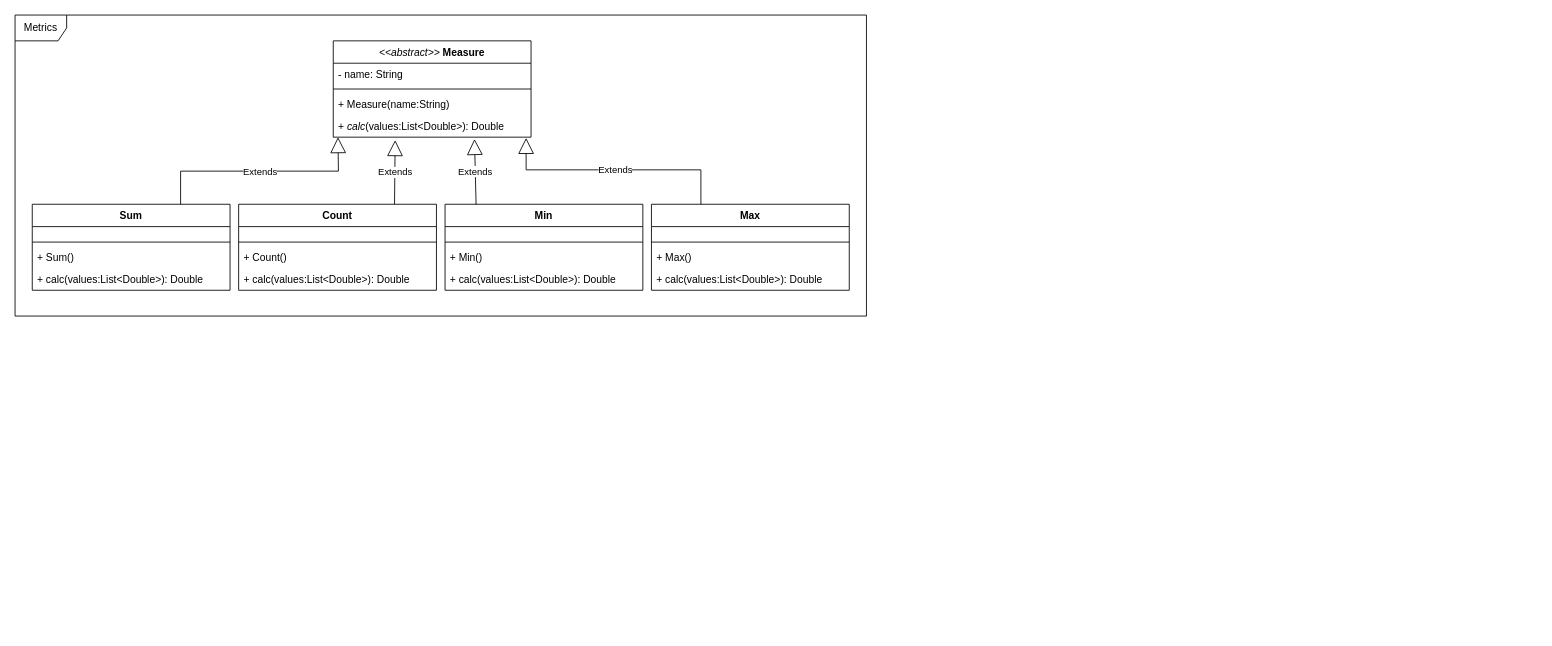
The draw.io diagram diagrama de clases.drawio in DamianPiuselli/Diagrams, before the edit. Source tidied: cells renumbered, new cells numbered last; positions are measured from the earlier drawing's top-left corner, leaving out a move shared by most shapes. Both pictures are drawn from the tidied source at 86%, with x=0, y=0 at pixel (15, 15).
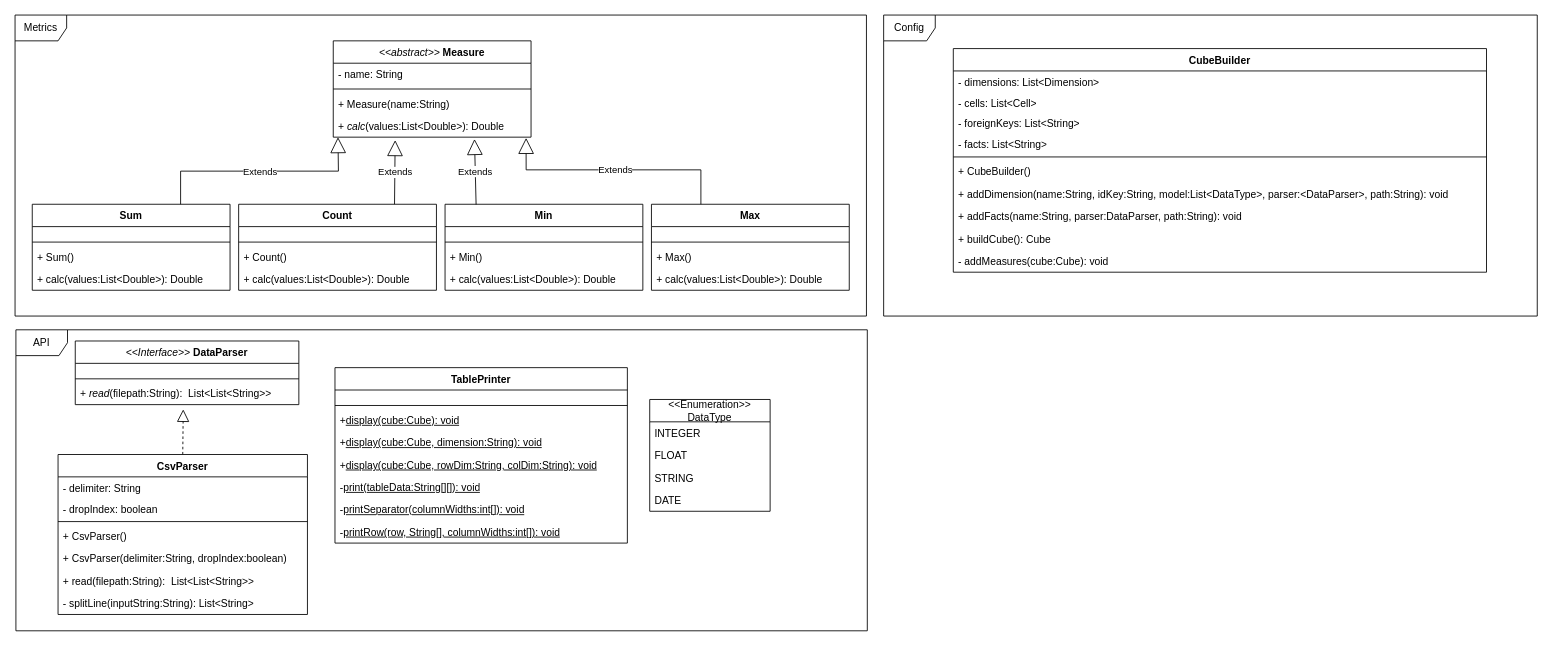
After the change.

Change to the diagram source:
```diff
@@
+    <mxCell id="32" value="&lt;div&gt;&lt;i style=&quot;font-weight: normal;&quot;&gt;&amp;lt;&amp;lt;Interface&amp;gt;&amp;gt;&lt;/i&gt;&amp;nbsp;&lt;span style=&quot;background-color: initial;&quot;&gt;DataParser&lt;/span&gt;&lt;/div&gt;" style="swimlane;fontStyle=1;align=center;verticalAlign=top;horizontal=1;startSize=26;whiteSpace=wrap;html=1;" parent="1" vertex="1">
+      <mxGeometry x="70" y="379" width="260" height="74" as="geometry" />
+    </mxCell>
+    <mxCell id="33" value="&amp;nbsp;" style="text;strokeColor=none;fillColor=none;align=left;verticalAlign=top;spacingLeft=4;spacingRight=4;overflow=hidden;whiteSpace=wrap;html=1;" parent="32" vertex="1">
+      <mxGeometry y="26" width="260" height="14" as="geometry" />
+    </mxCell>
+    <mxCell id="34" style="line;strokeWidth=1;fillColor=none;align=left;verticalAlign=middle;spacingTop=-1;spacingLeft=3;spacingRight=3;labelPosition=right;strokeColor=inherit;" parent="32" vertex="1">
+      <mxGeometry y="40" width="260" height="8" as="geometry" />
+    </mxCell>
+    <mxCell id="35" value="&lt;div&gt;+ &lt;i&gt;read&lt;/i&gt;(filepath:String):&amp;nbsp; List&amp;lt;List&amp;lt;String&amp;gt;&amp;gt;&lt;/div&gt;" style="text;strokeColor=none;fillColor=none;align=left;verticalAlign=top;spacingLeft=4;spacingRight=4;overflow=hidden;points=[[0,0.5],[1,0.5]];portConstraint=eastwest;whiteSpace=wrap;html=1;" parent="32" vertex="1">
+      <mxGeometry y="48" width="260" height="26" as="geometry" />
+    </mxCell>
+    <mxCell id="36" style="endArrow=block;dashed=1;endFill=0;endSize=12;html=1;rounded=0;exitX=0.5;exitY=0;exitDx=0;exitDy=0;entryX=0.483;entryY=1.212;entryDx=0;entryDy=0;entryPerimeter=0;" parent="1" edge="1" source="37" target="35">
+      <mxGeometry relative="1" as="geometry" />
+    </mxCell>
+    <mxCell id="37" value="&lt;div&gt;&lt;span style=&quot;background-color: initial;&quot;&gt;CsvParser&lt;/span&gt;&lt;/div&gt;" style="swimlane;fontStyle=1;align=center;verticalAlign=top;horizontal=1;startSize=26;whiteSpace=wrap;html=1;" parent="1" vertex="1">
+      <mxGeometry x="50" y="511" width="290" height="186" as="geometry" />
+    </mxCell>
+    <mxCell id="38" value="- delimiter: String&lt;div&gt;&lt;br&gt;&lt;/div&gt;" style="text;strokeColor=none;fillColor=none;align=left;verticalAlign=top;spacingLeft=4;spacingRight=4;overflow=hidden;whiteSpace=wrap;html=1;" parent="37" vertex="1">
+      <mxGeometry y="26" width="290" height="24" as="geometry" />
+    </mxCell>
+    <mxCell id="39" value="&lt;div&gt;- dropIndex: boolean&lt;/div&gt;" style="text;strokeColor=none;fillColor=none;align=left;verticalAlign=top;spacingLeft=4;spacingRight=4;overflow=hidden;whiteSpace=wrap;html=1;" parent="37" vertex="1">
+      <mxGeometry y="50" width="290" height="24" as="geometry" />
+    </mxCell>
+    <mxCell id="40" style="line;strokeWidth=1;fillColor=none;align=left;verticalAlign=middle;spacingTop=-1;spacingLeft=3;spacingRight=3;labelPosition=right;strokeColor=inherit;" parent="37" vertex="1">
+      <mxGeometry y="74" width="290" height="8" as="geometry" />
+    </mxCell>
+    <mxCell id="41" value="&lt;div&gt;+ CsvParser()&lt;/div&gt;&lt;div&gt;&lt;br&gt;&lt;/div&gt;" style="text;strokeColor=none;fillColor=none;align=left;verticalAlign=top;spacingLeft=4;spacingRight=4;overflow=hidden;whiteSpace=wrap;html=1;" parent="37" vertex="1">
+      <mxGeometry y="82" width="290" height="26" as="geometry" />
+    </mxCell>
+    <mxCell id="42" value="&lt;div&gt;+ CsvParser(delimiter:String, dropIndex:boolean)&lt;/div&gt;&lt;div&gt;&lt;br&gt;&lt;/div&gt;" style="text;strokeColor=none;fillColor=none;align=left;verticalAlign=top;spacingLeft=4;spacingRight=4;overflow=hidden;whiteSpace=wrap;html=1;" parent="37" vertex="1">
+      <mxGeometry y="108" width="290" height="26" as="geometry" />
+    </mxCell>
+    <mxCell id="43" value="&lt;div&gt;+ read(filepath:String):&amp;nbsp; List&amp;lt;List&amp;lt;String&amp;gt;&amp;gt;&lt;/div&gt;" style="text;strokeColor=none;fillColor=none;align=left;verticalAlign=top;spacingLeft=4;spacingRight=4;overflow=hidden;whiteSpace=wrap;html=1;" parent="37" vertex="1">
+      <mxGeometry y="134" width="290" height="26" as="geometry" />
+    </mxCell>
+    <mxCell id="44" value="&lt;div&gt;- splitLine(inputString:String): List&amp;lt;String&amp;gt;&lt;/div&gt;" style="text;strokeColor=none;fillColor=none;align=left;verticalAlign=top;spacingLeft=4;spacingRight=4;overflow=hidden;whiteSpace=wrap;html=1;" parent="37" vertex="1">
+      <mxGeometry y="160" width="290" height="26" as="geometry" />
+    </mxCell>
+    <mxCell id="45" value="&lt;div&gt;&lt;span style=&quot;background-color: initial;&quot;&gt;TablePrinter&lt;/span&gt;&lt;/div&gt;" style="swimlane;fontStyle=1;align=center;verticalAlign=top;horizontal=1;startSize=26;whiteSpace=wrap;html=1;" parent="1" vertex="1">
+      <mxGeometry x="372" y="410" width="340" height="204" as="geometry" />
+    </mxCell>
+    <mxCell id="46" value="&lt;div&gt;&lt;br&gt;&lt;/div&gt;" style="text;strokeColor=none;fillColor=none;align=left;verticalAlign=top;spacingLeft=4;spacingRight=4;overflow=hidden;whiteSpace=wrap;html=1;" parent="45" vertex="1">
+      <mxGeometry y="26" width="340" height="14" as="geometry" />
+    </mxCell>
+    <mxCell id="47" style="line;strokeWidth=1;fillColor=none;align=left;verticalAlign=middle;spacingTop=-1;spacingLeft=3;spacingRight=3;labelPosition=right;strokeColor=inherit;" parent="45" vertex="1">
+      <mxGeometry y="40" width="340" height="8" as="geometry" />
+    </mxCell>
+    <mxCell id="48" value="&lt;div&gt;+&lt;u&gt;display(cube:Cube): void&lt;/u&gt;&lt;/div&gt;&lt;div&gt;&lt;br&gt;&lt;/div&gt;" style="text;strokeColor=none;fillColor=none;align=left;verticalAlign=top;spacingLeft=4;spacingRight=4;overflow=hidden;whiteSpace=wrap;html=1;" parent="45" vertex="1">
+      <mxGeometry y="48" width="340" height="26" as="geometry" />
+    </mxCell>
+    <mxCell id="49" value="&lt;div&gt;+&lt;u&gt;display(cube:Cube, dimension:String): void&lt;/u&gt;&lt;/div&gt;&lt;div&gt;&lt;br&gt;&lt;/div&gt;" style="text;strokeColor=none;fillColor=none;align=left;verticalAlign=top;spacingLeft=4;spacingRight=4;overflow=hidden;whiteSpace=wrap;html=1;" parent="45" vertex="1">
+      <mxGeometry y="74" width="340" height="26" as="geometry" />
+    </mxCell>
+    <mxCell id="50" value="&lt;div&gt;+&lt;u&gt;display(cube:Cube, rowDim:String, colDim:String): void&lt;/u&gt;&lt;/div&gt;&lt;div&gt;&lt;br&gt;&lt;/div&gt;" style="text;strokeColor=none;fillColor=none;align=left;verticalAlign=top;spacingLeft=4;spacingRight=4;overflow=hidden;whiteSpace=wrap;html=1;" parent="45" vertex="1">
+      <mxGeometry y="100" width="340" height="26" as="geometry" />
+    </mxCell>
+    <mxCell id="51" value="&lt;div&gt;-&lt;u&gt;print(tableData:String[][]): void&lt;/u&gt;&lt;/div&gt;" style="text;strokeColor=none;fillColor=none;align=left;verticalAlign=top;spacingLeft=4;spacingRight=4;overflow=hidden;whiteSpace=wrap;html=1;" parent="45" vertex="1">
+      <mxGeometry y="126" width="340" height="26" as="geometry" />
+    </mxCell>
+    <mxCell id="52" value="&lt;div&gt;-&lt;u&gt;printSeparator(columnWidths:int[]): void&lt;/u&gt;&lt;/div&gt;" style="text;strokeColor=none;fillColor=none;align=left;verticalAlign=top;spacingLeft=4;spacingRight=4;overflow=hidden;whiteSpace=wrap;html=1;" parent="45" vertex="1">
+      <mxGeometry y="152" width="340" height="26" as="geometry" />
+    </mxCell>
+    <mxCell id="53" value="-&lt;u&gt;printRow(row, String[], columnWidths:int[]): void&lt;/u&gt;" style="text;strokeColor=none;fillColor=none;align=left;verticalAlign=top;spacingLeft=4;spacingRight=4;overflow=hidden;whiteSpace=wrap;html=1;" parent="45" vertex="1">
+      <mxGeometry y="178" width="340" height="26" as="geometry" />
+    </mxCell>
+    <mxCell id="54" value="&amp;lt;&amp;lt;Enumeration&amp;gt;&amp;gt; DataType" style="swimlane;fontStyle=0;horizontal=1;startSize=26;fillColor=none;whiteSpace=wrap;html=1;" parent="1" vertex="1">
+      <mxGeometry x="738" y="447" width="140" height="130" as="geometry" />
+    </mxCell>
+    <mxCell id="55" value="INTEGER" style="text;strokeColor=none;fillColor=none;align=left;verticalAlign=top;spacingLeft=4;spacingRight=4;overflow=hidden;whiteSpace=wrap;html=1;" parent="54" vertex="1">
+      <mxGeometry y="26" width="140" height="26" as="geometry" />
+    </mxCell>
+    <mxCell id="56" value="FLOAT" style="text;strokeColor=none;fillColor=none;align=left;verticalAlign=top;spacingLeft=4;spacingRight=4;overflow=hidden;whiteSpace=wrap;html=1;" parent="54" vertex="1">
+      <mxGeometry y="52" width="140" height="26" as="geometry" />
+    </mxCell>
+    <mxCell id="57" value="STRING&lt;div&gt;&lt;br&gt;&lt;/div&gt;" style="text;strokeColor=none;fillColor=none;align=left;verticalAlign=top;spacingLeft=4;spacingRight=4;overflow=hidden;whiteSpace=wrap;html=1;" parent="54" vertex="1">
+      <mxGeometry y="78" width="140" height="26" as="geometry" />
+    </mxCell>
+    <mxCell id="58" value="&lt;div&gt;DATE&lt;/div&gt;" style="text;strokeColor=none;fillColor=none;align=left;verticalAlign=top;spacingLeft=4;spacingRight=4;overflow=hidden;whiteSpace=wrap;html=1;" parent="54" vertex="1">
+      <mxGeometry y="104" width="140" height="26" as="geometry" />
+    </mxCell>
+    <mxCell id="59" value="API" style="shape=umlFrame;whiteSpace=wrap;html=1;" parent="1" vertex="1">
+      <mxGeometry x="1" y="366" width="990" height="350" as="geometry" />
+    </mxCell>
+    <mxCell id="60" value="&lt;div&gt;&lt;span style=&quot;background-color: initial;&quot;&gt;CubeBuilder&lt;/span&gt;&lt;/div&gt;" style="swimlane;fontStyle=1;align=center;verticalAlign=top;horizontal=1;startSize=26;whiteSpace=wrap;html=1;" parent="1" vertex="1">
+      <mxGeometry x="1091" y="39" width="620" height="260" as="geometry" />
+    </mxCell>
+    <mxCell id="61" value="- dimensions: List&amp;lt;Dimension&amp;gt;&lt;div&gt;&lt;br&gt;&lt;/div&gt;" style="text;strokeColor=none;fillColor=none;align=left;verticalAlign=top;spacingLeft=4;spacingRight=4;overflow=hidden;whiteSpace=wrap;html=1;" parent="60" vertex="1">
+      <mxGeometry y="26" width="620" height="24" as="geometry" />
+    </mxCell>
+    <mxCell id="62" value="&lt;div&gt;- cells: List&amp;lt;Cell&amp;gt;&lt;/div&gt;" style="text;strokeColor=none;fillColor=none;align=left;verticalAlign=top;spacingLeft=4;spacingRight=4;overflow=hidden;whiteSpace=wrap;html=1;" parent="60" vertex="1">
+      <mxGeometry y="50" width="620" height="24" as="geometry" />
+    </mxCell>
+    <mxCell id="63" value="&lt;div&gt;- foreignKeys: List&amp;lt;String&amp;gt;&lt;/div&gt;" style="text;strokeColor=none;fillColor=none;align=left;verticalAlign=top;spacingLeft=4;spacingRight=4;overflow=hidden;whiteSpace=wrap;html=1;" parent="60" vertex="1">
+      <mxGeometry y="74" width="620" height="24" as="geometry" />
+    </mxCell>
+    <mxCell id="64" value="&lt;div&gt;- facts: List&amp;lt;String&amp;gt;&lt;/div&gt;" style="text;strokeColor=none;fillColor=none;align=left;verticalAlign=top;spacingLeft=4;spacingRight=4;overflow=hidden;whiteSpace=wrap;html=1;" parent="60" vertex="1">
+      <mxGeometry y="98" width="620" height="24" as="geometry" />
+    </mxCell>
+    <mxCell id="65" style="line;strokeWidth=1;fillColor=none;align=left;verticalAlign=middle;spacingTop=-1;spacingLeft=3;spacingRight=3;labelPosition=right;strokeColor=inherit;" parent="60" vertex="1">
+      <mxGeometry y="122" width="620" height="8" as="geometry" />
+    </mxCell>
+    <mxCell id="66" value="&lt;div&gt;+ CubeBuilder()&lt;/div&gt;&lt;div&gt;&lt;br&gt;&lt;/div&gt;" style="text;strokeColor=none;fillColor=none;align=left;verticalAlign=top;spacingLeft=4;spacingRight=4;overflow=hidden;whiteSpace=wrap;html=1;" parent="60" vertex="1">
+      <mxGeometry y="130" width="620" height="26" as="geometry" />
+    </mxCell>
+    <mxCell id="67" value="&lt;div&gt;+ addDimension(name:String, idKey:String, model:List&amp;lt;DataType&amp;gt;, parser:&amp;lt;DataParser&amp;gt;, path:String): void&lt;/div&gt;" style="text;strokeColor=none;fillColor=none;align=left;verticalAlign=top;spacingLeft=4;spacingRight=4;overflow=hidden;whiteSpace=wrap;html=1;" parent="60" vertex="1">
+      <mxGeometry y="156" width="620" height="26" as="geometry" />
+    </mxCell>
+    <mxCell id="68" value="&lt;div&gt;+ addFacts(name:String, parser:DataParser, path:String): void&lt;/div&gt;" style="text;strokeColor=none;fillColor=none;align=left;verticalAlign=top;spacingLeft=4;spacingRight=4;overflow=hidden;whiteSpace=wrap;html=1;" parent="60" vertex="1">
+      <mxGeometry y="182" width="620" height="26" as="geometry" />
+    </mxCell>
+    <mxCell id="69" value="&lt;div&gt;+ buildCube(): Cube&lt;/div&gt;" style="text;strokeColor=none;fillColor=none;align=left;verticalAlign=top;spacingLeft=4;spacingRight=4;overflow=hidden;whiteSpace=wrap;html=1;" parent="60" vertex="1">
+      <mxGeometry y="208" width="620" height="26" as="geometry" />
+    </mxCell>
+    <mxCell id="70" value="&lt;div&gt;- addMeasures(cube:Cube): void&lt;/div&gt;" style="text;strokeColor=none;fillColor=none;align=left;verticalAlign=top;spacingLeft=4;spacingRight=4;overflow=hidden;whiteSpace=wrap;html=1;" parent="60" vertex="1">
+      <mxGeometry y="234" width="620" height="26" as="geometry" />
+    </mxCell>
+    <mxCell id="71" value="Config" style="shape=umlFrame;whiteSpace=wrap;html=1;" parent="1" vertex="1">
+      <mxGeometry x="1010" width="760" height="350" as="geometry" />
+    </mxCell>
```
